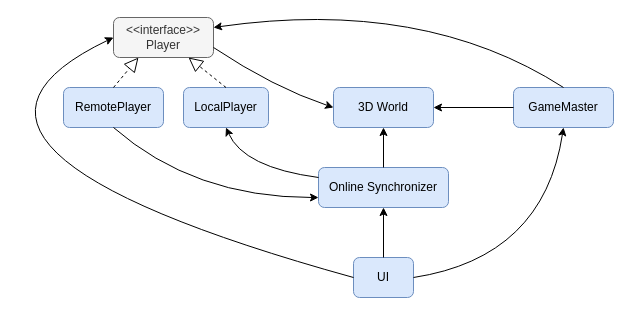
joonashalinen/bloxu keeps this draw.io diagram as docs/service_architecture.drawio. Above is the earlier version. Source tidied: cells renumbered, new cells numbered last; positions are measured from the earlier drawing's top-left corner, leaving out a move shared by most shapes. Both pictures are drawn from the tidied source at 100%, with x=0, y=0 at pixel (-117, -3).
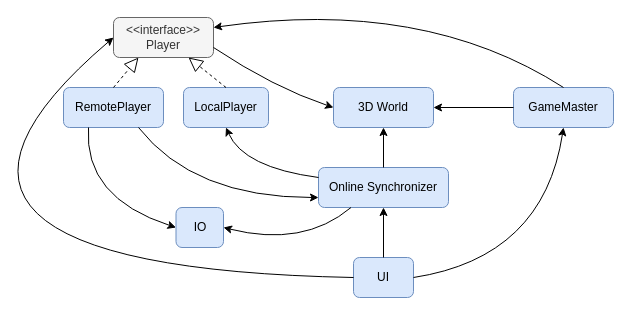
After the change.

The change refers to these unchanged cells:
```xml
<mxCell id="2" value="UI" style="rounded=1;whiteSpace=wrap;html=1;fillColor=#dae8fc;strokeColor=#6c8ebf;" parent="1" vertex="1">
  <mxGeometry x="470" y="260" width="60" height="40" as="geometry" />
</mxCell>
<mxCell id="3" value="&amp;lt;&amp;lt;interface&amp;gt;&amp;gt;&lt;br&gt;Player" style="rounded=1;whiteSpace=wrap;html=1;fillColor=#f5f5f5;strokeColor=#666666;fontColor=#333333;" parent="1" vertex="1">
  <mxGeometry x="230" y="20" width="100" height="40" as="geometry" />
</mxCell>
<mxCell id="9" value="Online Synchronizer" style="rounded=1;whiteSpace=wrap;html=1;fillColor=#dae8fc;strokeColor=#6c8ebf;" parent="1" vertex="1">
  <mxGeometry x="435" y="170" width="130" height="40" as="geometry" />
</mxCell>
<mxCell id="12" value="RemotePlayer" style="rounded=1;whiteSpace=wrap;html=1;fillColor=#dae8fc;strokeColor=#6c8ebf;" parent="1" vertex="1">
  <mxGeometry x="180" y="90" width="100" height="40" as="geometry" />
</mxCell>
```

Change to the diagram source:
```diff
@@
     <mxCell id="16" style="endArrow=classic;html=1;exitX=0;exitY=0.5;exitDx=0;exitDy=0;entryX=0;entryY=0.5;entryDx=0;entryDy=0;curved=1;" parent="1" edge="1" source="2" target="3">
       <mxGeometry relative="1" as="geometry">
         <Array as="points">
-          <mxPoint y="150" />
+          <mxPoint x="-40" y="270" />
         </Array>
       </mxGeometry>
     </mxCell>
@@
-    <mxCell id="18" style="endArrow=classic;html=1;exitX=0.5;exitY=1;exitDx=0;exitDy=0;entryX=0;entryY=0.75;entryDx=0;entryDy=0;curved=1;" parent="1" edge="1" source="12" target="9">
+    <mxCell id="18" style="endArrow=classic;html=1;exitX=0.75;exitY=1;exitDx=0;exitDy=0;entryX=0;entryY=0.75;entryDx=0;entryDy=0;curved=1;" parent="1" edge="1" source="12" target="9">
       <mxGeometry relative="1" as="geometry">
         <Array as="points">
           <mxPoint x="310" y="200" />
         </Array>
       </mxGeometry>
     </mxCell>
@@
+    <mxCell id="20" value="IO" style="rounded=1;whiteSpace=wrap;html=1;fillColor=#dae8fc;strokeColor=#6c8ebf;" parent="1" vertex="1">
+      <mxGeometry x="292.5" y="210" width="47.5" height="40" as="geometry" />
+    </mxCell>
+    <mxCell id="21" style="endArrow=classic;html=1;exitX=0.25;exitY=1;exitDx=0;exitDy=0;entryX=0;entryY=0.5;entryDx=0;entryDy=0;curved=1;" parent="1" edge="1" source="12" target="20">
+      <mxGeometry relative="1" as="geometry">
+        <Array as="points">
+          <mxPoint x="200" y="200" />
+        </Array>
+      </mxGeometry>
+    </mxCell>
+    <mxCell id="22" style="endArrow=classic;html=1;entryX=1;entryY=0.5;entryDx=0;entryDy=0;exitX=0.25;exitY=1;exitDx=0;exitDy=0;curved=1;" parent="1" edge="1" source="9" target="20">
+      <mxGeometry relative="1" as="geometry">
+        <Array as="points">
+          <mxPoint x="420" y="250" />
+        </Array>
+      </mxGeometry>
+    </mxCell>
```
